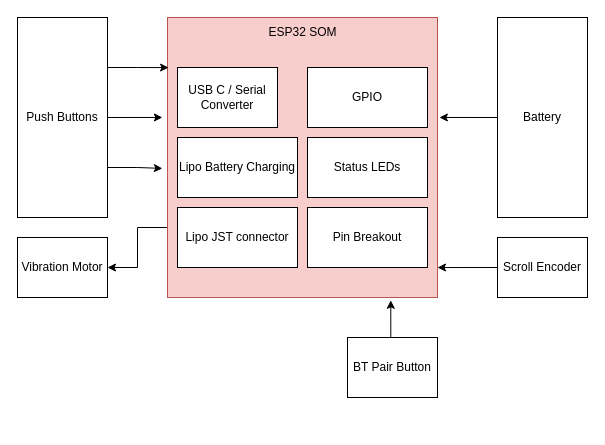
Before: Reference/Tipo V2 Hardware Architeture.drawio in vjvarada/Tipo-Braille-Keyboard, a draw.io diagram. Source tidied: cells renumbered, new cells numbered last; positions are measured from the earlier drawing's top-left corner, leaving out a move shared by most shapes. Both pictures are drawn from the tidied source at 100%, with x=0, y=0 at pixel (17, 17).
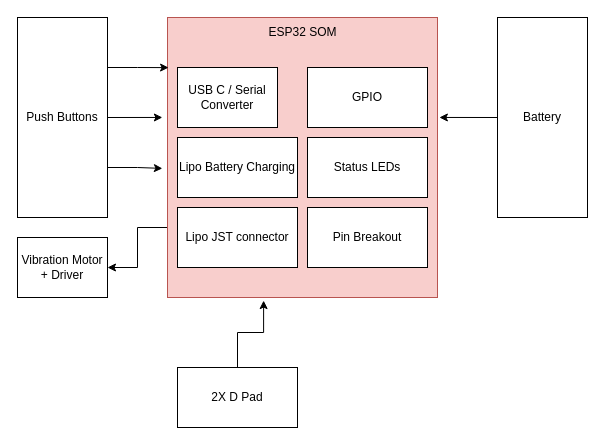
The same diagram, later.

The change refers to these unchanged cells:
```xml
<mxCell id="3" style="rounded=0;whiteSpace=wrap;html=1;fillColor=#f8cecc;strokeColor=#b85450;" parent="1" vertex="1">
  <mxGeometry x="150" width="270" height="280" as="geometry" />
</mxCell>
```

Change to the diagram source:
```diff
@@
-    <mxCell id="11" value="Vibration Motor" style="rounded=0;whiteSpace=wrap;html=1;" parent="1" vertex="1">
+    <mxCell id="11" value="Vibration Motor + Driver" style="rounded=0;whiteSpace=wrap;html=1;" parent="1" vertex="1">
       <mxGeometry y="220" width="90" height="60" as="geometry" />
     </mxCell>
@@
-    <mxCell id="18" style="edgeStyle=orthogonalEdgeStyle;rounded=0;jettySize=auto;html=1;exitX=0;exitY=0.5;exitDx=0;exitDy=0;entryX=1;entryY=0.893;entryDx=0;entryDy=0;entryPerimeter=0;" parent="1" edge="1" source="19" target="3">
-      <mxGeometry relative="1" as="geometry" />
-    </mxCell>
-    <mxCell id="19" value="Scroll Encoder" style="rounded=0;whiteSpace=wrap;html=1;" parent="1" vertex="1">
-      <mxGeometry x="480" y="220" width="90" height="60" as="geometry" />
-    </mxCell>
-    <mxCell id="20" style="edgeStyle=orthogonalEdgeStyle;rounded=0;jettySize=auto;html=1;exitX=0.5;exitY=0;exitDx=0;exitDy=0;entryX=0.827;entryY=1.01;entryDx=0;entryDy=0;entryPerimeter=0;" parent="1" edge="1" source="21" target="3">
-      <mxGeometry relative="1" as="geometry" />
-    </mxCell>
-    <mxCell id="21" value="BT Pair Button" style="rounded=0;whiteSpace=wrap;html=1;" parent="1" vertex="1">
-      <mxGeometry x="330" y="320" width="90" height="60" as="geometry" />
-    </mxCell>
+    <mxCell id="22" style="edgeStyle=orthogonalEdgeStyle;rounded=0;jettySize=auto;html=1;entryX=0.356;entryY=1.011;entryDx=0;entryDy=0;entryPerimeter=0;" parent="1" edge="1" source="23" target="3">
+      <mxGeometry relative="1" as="geometry" />
+    </mxCell>
+    <mxCell id="23" value="2X D Pad" style="rounded=0;whiteSpace=wrap;html=1;" parent="1" vertex="1">
+      <mxGeometry x="160" y="350" width="120" height="60" as="geometry" />
+    </mxCell>
```
